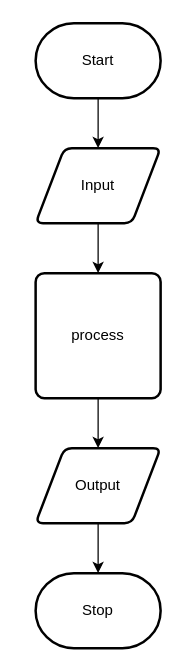
Earlier version of the draw.io diagram design/flow-chart.drawio (andre-deveau/ICS20-Unit3-04-JS). Source tidied: cells renumbered, new cells numbered last; positions are measured from the earlier drawing's top-left corner, leaving out a move shared by most shapes. Both pictures are drawn from the tidied source at 125%, with x=0, y=0 at pixel (35, 22).
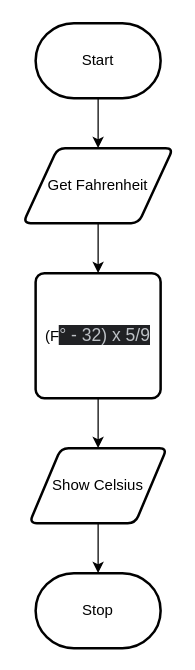
After the change.

Diff of the diagram source:
```diff
@@
 <mxGraphModel>
   <root>
     <mxCell id="0" />
     <mxCell id="1" parent="0" />
     <mxCell id="2" style="edgeStyle=none;html=1;" parent="1" edge="1" source="3" target="5">
       <mxGeometry relative="1" as="geometry" />
     </mxCell>
     <mxCell id="3" value="Start" style="strokeWidth=2;html=1;shape=mxgraph.flowchart.terminator;whiteSpace=wrap;" parent="1" vertex="1">
       <mxGeometry width="100" height="60" as="geometry" />
     </mxCell>
     <mxCell id="4" style="edgeStyle=none;html=1;" parent="1" edge="1" source="5" target="7">
       <mxGeometry relative="1" as="geometry" />
     </mxCell>
-    <mxCell id="5" value="Input" style="shape=parallelogram;html=1;strokeWidth=2;perimeter=parallelogramPerimeter;whiteSpace=wrap;rounded=1;arcSize=12;size=0.23;" parent="1" vertex="1">
-      <mxGeometry y="100" width="100" height="60" as="geometry" />
+    <mxCell id="5" value="Get Fahrenheit" style="shape=parallelogram;html=1;strokeWidth=2;perimeter=parallelogramPerimeter;whiteSpace=wrap;rounded=1;arcSize=12;size=0.23;" parent="1" vertex="1">
+      <mxGeometry x="-10" y="100" width="120" height="60" as="geometry" />
     </mxCell>
     <mxCell id="6" style="edgeStyle=none;html=1;" parent="1" edge="1" source="7" target="9">
       <mxGeometry relative="1" as="geometry" />
     </mxCell>
-    <mxCell id="7" value="process" style="rounded=1;whiteSpace=wrap;html=1;absoluteArcSize=1;arcSize=14;strokeWidth=2;" parent="1" vertex="1">
+    <mxCell id="7" value="(F&lt;span style=&quot;color: rgb(189 , 193 , 198) ; font-family: &amp;#34;arial&amp;#34; , sans-serif ; font-size: 14px ; text-align: left ; background-color: rgb(32 , 33 , 36)&quot;&gt;° - 32) x 5/9&lt;/span&gt;" style="rounded=1;whiteSpace=wrap;html=1;absoluteArcSize=1;arcSize=14;strokeWidth=2;" parent="1" vertex="1">
       <mxGeometry y="200" width="100" height="100" as="geometry" />
     </mxCell>
     <mxCell id="8" style="edgeStyle=none;html=1;" parent="1" edge="1" source="9" target="10">
       <mxGeometry relative="1" as="geometry" />
     </mxCell>
-    <mxCell id="9" value="Output" style="shape=parallelogram;html=1;strokeWidth=2;perimeter=parallelogramPerimeter;whiteSpace=wrap;rounded=1;arcSize=12;size=0.23;" parent="1" vertex="1">
-      <mxGeometry y="340" width="100" height="60" as="geometry" />
+    <mxCell id="9" value="Show Celsius" style="shape=parallelogram;html=1;strokeWidth=2;perimeter=parallelogramPerimeter;whiteSpace=wrap;rounded=1;arcSize=12;size=0.23;" parent="1" vertex="1">
+      <mxGeometry x="-5" y="340" width="110" height="60" as="geometry" />
     </mxCell>
     <mxCell id="10" value="Stop" style="strokeWidth=2;html=1;shape=mxgraph.flowchart.terminator;whiteSpace=wrap;" parent="1" vertex="1">
       <mxGeometry y="440" width="100" height="60" as="geometry" />
     </mxCell>
   </root>
 </mxGraphModel>
```
